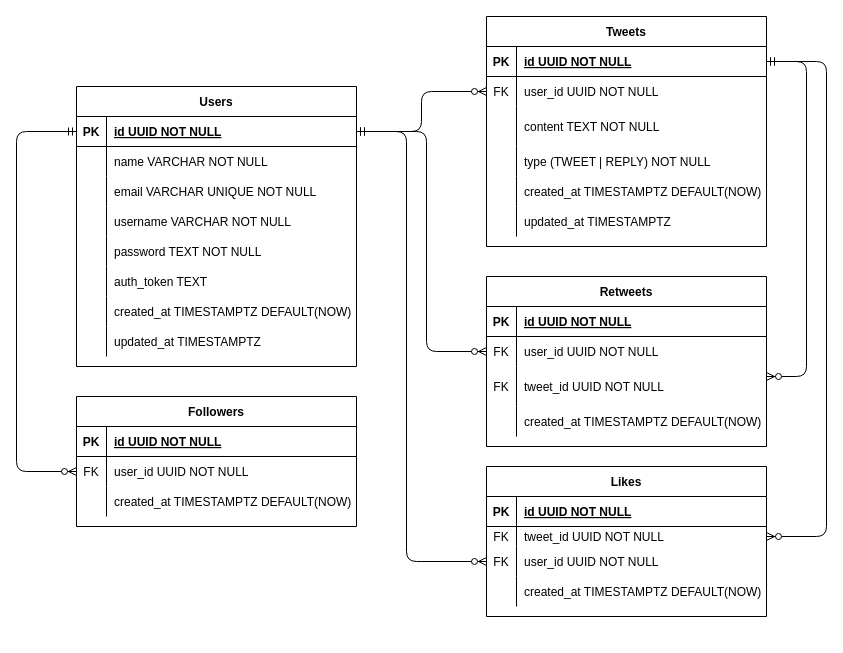
This is docs/Entities.drawio from JoannaBraccini/GrowTwitter-apiREST, a draw.io file, before an edit. Source tidied: cells renumbered, new cells numbered last; positions are measured from the earlier drawing's top-left corner, leaving out a move shared by most shapes. Both pictures are drawn from the tidied source at 100%, with x=0, y=0 at pixel (16, 16).
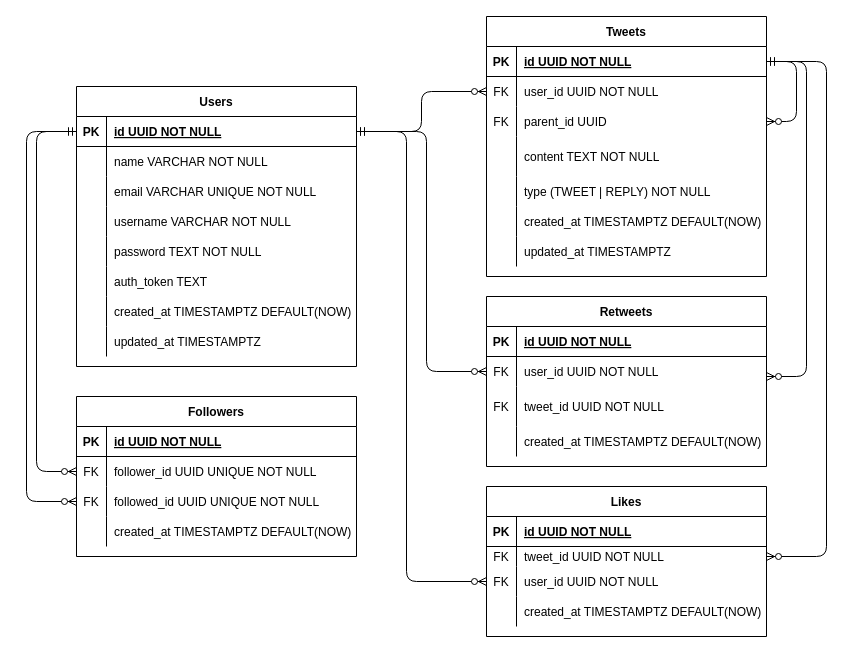
After the change.

The change refers to these unchanged cells:
```xml
<mxCell id="3" style="shape=partialRectangle;fillColor=none;points=[[0,0.5],[1,0.5]];portConstraint=eastwest;top=0;left=0;right=0;bottom=1;" parent="2" vertex="1">
  <mxGeometry y="30" width="280" height="30" as="geometry" />
</mxCell>
<mxCell id="25" style="shape=partialRectangle;fillColor=none;points=[[0,0.5],[1,0.5]];portConstraint=eastwest;top=0;left=0;right=0;bottom=0;" parent="21" vertex="1">
  <mxGeometry y="60" width="280" height="30" as="geometry" />
</mxCell>
<mxCell id="32" style="shape=partialRectangle;fillColor=none;points=[[0,0.5],[1,0.5]];portConstraint=eastwest;top=0;left=0;right=0;bottom=1;" parent="31" vertex="1">
  <mxGeometry y="30" width="280" height="30" as="geometry" />
</mxCell>
```

What changed in the source:
```diff
@@
     <mxCell id="2" value="Tweets" style="shape=table;startSize=30;childLayout=tableLayout;rowLines=0;fontStyle=1;align=center;" parent="1" vertex="1">
-      <mxGeometry x="470" width="280" height="230" as="geometry" />
+      <mxGeometry x="470" width="280" height="260" as="geometry" />
     </mxCell>
@@
+    <mxCell id="88" style="shape=partialRectangle;fillColor=none;points=[[0,0.5],[1,0.5]];portConstraint=eastwest;top=0;left=0;right=0;bottom=0;" parent="2" vertex="1">
+      <mxGeometry y="90" width="280" height="30" as="geometry" />
+    </mxCell>
+    <mxCell id="89" value="FK" style="shape=partialRectangle;overflow=hidden;fillColor=none;top=0;left=0;bottom=0;right=0;" parent="88" vertex="1">
+      <mxGeometry width="30" height="30" as="geometry" />
+    </mxCell>
+    <mxCell id="90" value="parent_id UUID" style="shape=partialRectangle;overflow=hidden;fillColor=none;top=0;left=0;bottom=0;right=0;align=left;spacingLeft=6;" parent="88" vertex="1">
+      <mxGeometry x="30" width="250" height="30" as="geometry" />
+    </mxCell>
     <mxCell id="9" style="shape=partialRectangle;fillColor=none;top=0;left=0;right=0;bottom=0;" parent="2" vertex="1">
-      <mxGeometry y="90" width="280" height="40" as="geometry" />
+      <mxGeometry y="120" width="280" height="40" as="geometry" />
     </mxCell>
@@
     <mxCell id="12" style="shape=partialRectangle;fillColor=none;top=0;left=0;right=0;bottom=0;" parent="2" vertex="1">
-      <mxGeometry y="130" width="280" height="30" as="geometry" />
+      <mxGeometry y="160" width="280" height="30" as="geometry" />
     </mxCell>
@@
     <mxCell id="15" style="shape=partialRectangle;fillColor=none;top=0;left=0;right=0;bottom=0;" parent="2" vertex="1">
-      <mxGeometry y="160" width="280" height="30" as="geometry" />
+      <mxGeometry y="190" width="280" height="30" as="geometry" />
     </mxCell>
@@
     <mxCell id="18" style="shape=partialRectangle;fillColor=none;top=0;left=0;right=0;bottom=0;" parent="2" vertex="1">
-      <mxGeometry y="190" width="280" height="30" as="geometry" />
+      <mxGeometry y="220" width="280" height="30" as="geometry" />
     </mxCell>
@@
+    <mxCell id="91" style="edgeStyle=elbowEdgeStyle;fontSize=12;html=1;endArrow=ERzeroToMany;startArrow=ERmandOne;rounded=1;startFill=0;" parent="2" edge="1" source="3" target="88">
+      <mxGeometry relative="1" as="geometry">
+        <Array as="points">
+          <mxPoint x="310" y="80" />
+        </Array>
+      </mxGeometry>
+    </mxCell>
     <mxCell id="21" value="Followers" style="shape=table;startSize=30;childLayout=tableLayout;rowLines=0;fontStyle=1;align=center;" parent="1" vertex="1">
-      <mxGeometry x="60" y="380" width="280" height="130" as="geometry" />
+      <mxGeometry x="60" y="380" width="280" height="160" as="geometry" />
     </mxCell>
@@
-    <mxCell id="27" value="user_id UUID NOT NULL" style="shape=partialRectangle;overflow=hidden;fillColor=none;top=0;left=0;bottom=0;right=0;align=left;spacingLeft=6;" parent="25" vertex="1">
+    <mxCell id="27" value="follower_id UUID UNIQUE NOT NULL" style="shape=partialRectangle;overflow=hidden;fillColor=none;top=0;left=0;bottom=0;right=0;align=left;spacingLeft=6;" parent="25" vertex="1">
       <mxGeometry x="30" width="250" height="30" as="geometry" />
     </mxCell>
+    <mxCell id="92" style="shape=partialRectangle;fillColor=none;points=[[0,0.5],[1,0.5]];portConstraint=eastwest;top=0;left=0;right=0;bottom=0;" parent="21" vertex="1">
+      <mxGeometry y="90" width="280" height="30" as="geometry" />
+    </mxCell>
+    <mxCell id="93" value="FK" style="shape=partialRectangle;overflow=hidden;fillColor=none;top=0;left=0;bottom=0;right=0;" parent="92" vertex="1">
+      <mxGeometry width="30" height="30" as="geometry" />
+    </mxCell>
+    <mxCell id="94" value="followed_id UUID UNIQUE NOT NULL" style="shape=partialRectangle;overflow=hidden;fillColor=none;top=0;left=0;bottom=0;right=0;align=left;spacingLeft=6;" parent="92" vertex="1">
+      <mxGeometry x="30" width="250" height="30" as="geometry" />
+    </mxCell>
     <mxCell id="28" style="shape=partialRectangle;fillColor=none;top=0;left=0;right=0;bottom=0;" parent="21" vertex="1">
-      <mxGeometry y="90" width="280" height="30" as="geometry" />
+      <mxGeometry y="120" width="280" height="30" as="geometry" />
     </mxCell>
@@
     <mxCell id="56" value="Likes" style="shape=table;startSize=30;childLayout=tableLayout;rowLines=0;fontStyle=1;align=center;" parent="1" vertex="1">
-      <mxGeometry x="470" y="450" width="280" height="150" as="geometry" />
+      <mxGeometry x="470" y="470" width="280" height="150" as="geometry" />
     </mxCell>
@@
     <mxCell id="69" style="edgeStyle=elbowEdgeStyle;fontSize=12;html=1;endArrow=ERzeroToMany;endFill=1;startArrow=ERmandOne;rounded=1;startFill=0;" parent="1" edge="1" source="32" target="25">
       <mxGeometry relative="1" as="geometry">
         <Array as="points">
-          <mxPoint y="340" />
+          <mxPoint x="20" y="280" />
           <mxPoint x="50" y="250" />
         </Array>
       </mxGeometry>
     </mxCell>
@@
     <mxCell id="75" value="Retweets" style="shape=table;startSize=30;childLayout=tableLayout;rowLines=0;fontStyle=1;align=center;" parent="1" vertex="1">
-      <mxGeometry x="470" y="260" width="280" height="170" as="geometry" />
+      <mxGeometry x="470" y="280" width="280" height="170" as="geometry" />
     </mxCell>
@@
+    <mxCell id="95" style="edgeStyle=elbowEdgeStyle;fontSize=12;html=1;endArrow=ERzeroToMany;endFill=1;startArrow=ERmandOne;rounded=1;startFill=0;" parent="1" edge="1" source="32" target="92">
+      <mxGeometry relative="1" as="geometry">
+        <Array as="points">
+          <mxPoint x="10" y="350" />
+          <mxPoint x="60" y="260" />
+        </Array>
+      </mxGeometry>
+    </mxCell>
```
